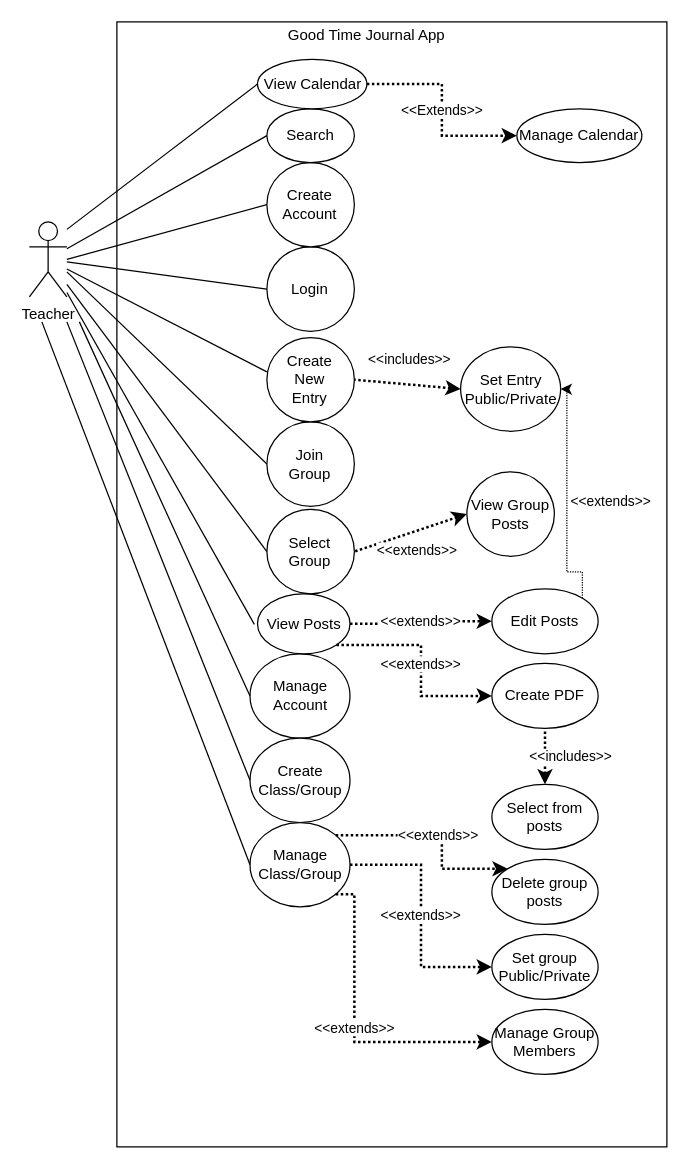
Earlier version of the draw.io diagram TeacherUseCase.drawio (VadathHeilsang/430DreamTeam). Source tidied: cells renumbered, new cells numbered last; positions are measured from the earlier drawing's top-left corner, leaving out a move shared by most shapes. Both pictures are drawn from the tidied source at 125%, with x=0, y=0 at pixel (29, 21).
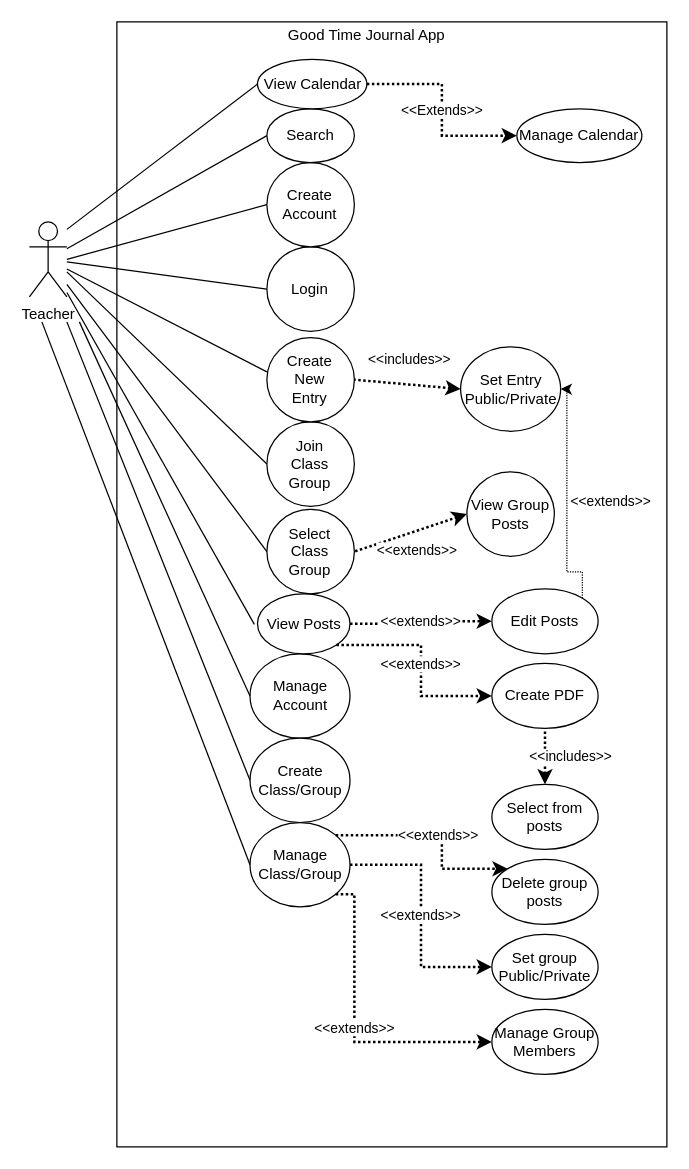
The same diagram, later.

Commit message:
changed "Group" to "Class Group" for clarification

Unchanged cells that the change refers to:
```xml
<mxCell id="7" style="group;" parent="3" vertex="1">
  <mxGeometry x="120" y="320" width="70" height="67.5" as="geometry" />
</mxCell>
<mxCell id="12" style="group;" parent="3" vertex="1">
  <mxGeometry x="120" y="390" width="70" height="67.5" as="geometry" />
</mxCell>
```

Diff of the diagram source:
```diff
@@
-    <mxCell id="9" value="Join Group" style="text;html=1;strokeColor=none;fillColor=none;align=center;verticalAlign=middle;whiteSpace=wrap;rounded=0;" parent="7" vertex="1">
+    <mxCell id="9" value="Join Class Group" style="text;html=1;strokeColor=none;fillColor=none;align=center;verticalAlign=middle;whiteSpace=wrap;rounded=0;" parent="7" vertex="1">
       <mxGeometry x="23.3" y="25.3" width="23.3" height="16.9" as="geometry" />
     </mxCell>
@@
-    <mxCell id="14" value="Select Group" style="text;html=1;strokeColor=none;fillColor=none;align=center;verticalAlign=middle;whiteSpace=wrap;rounded=0;" parent="12" vertex="1">
+    <mxCell id="14" value="Select Class Group" style="text;html=1;strokeColor=none;fillColor=none;align=center;verticalAlign=middle;whiteSpace=wrap;rounded=0;" parent="12" vertex="1">
       <mxGeometry x="23.3" y="25.3" width="23.3" height="16.9" as="geometry" />
     </mxCell>
```
